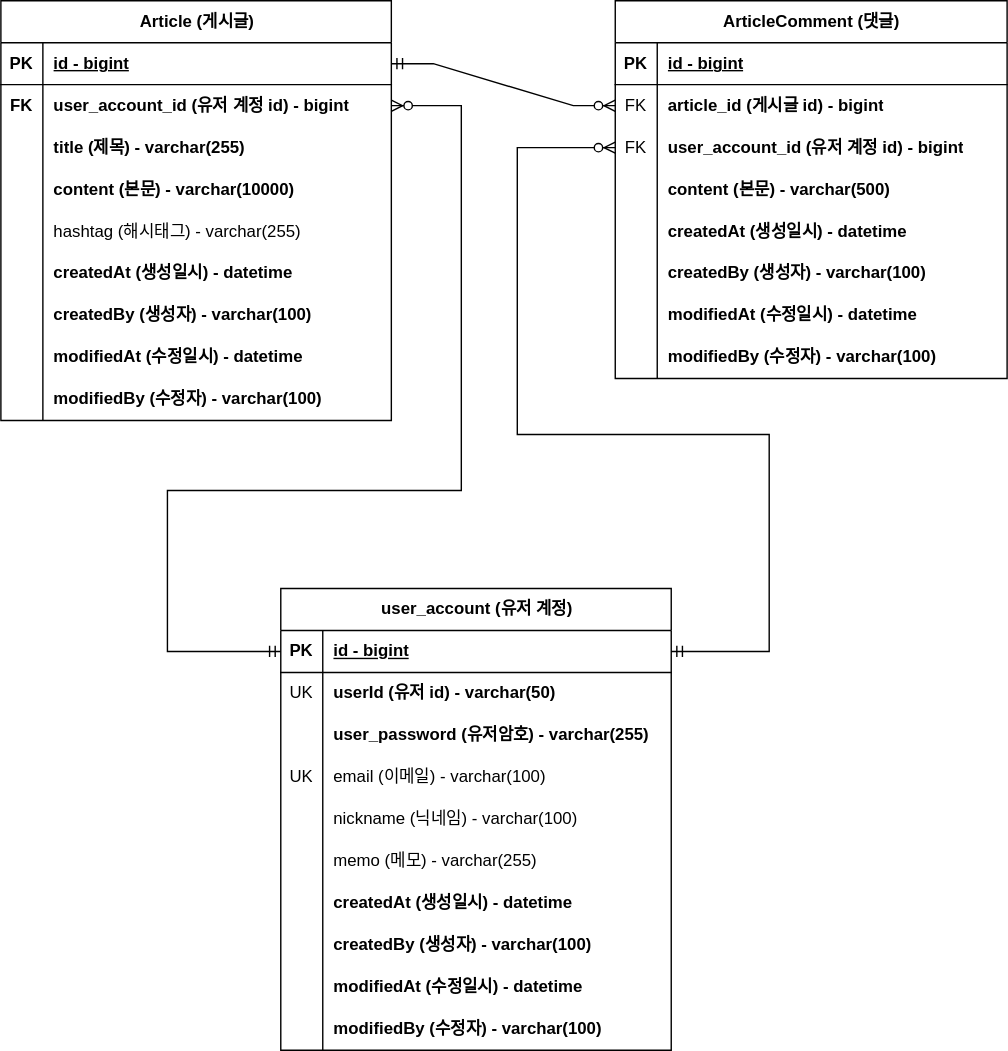
The draw.io diagram part2/document/project-board-erd.svg in kiekk/fastcampus-10-projects-backend-web, before a commit. Source tidied: cells renumbered, new cells last; positions are measured from the earlier drawing's top-left corner, leaving out a move shared by most shapes.
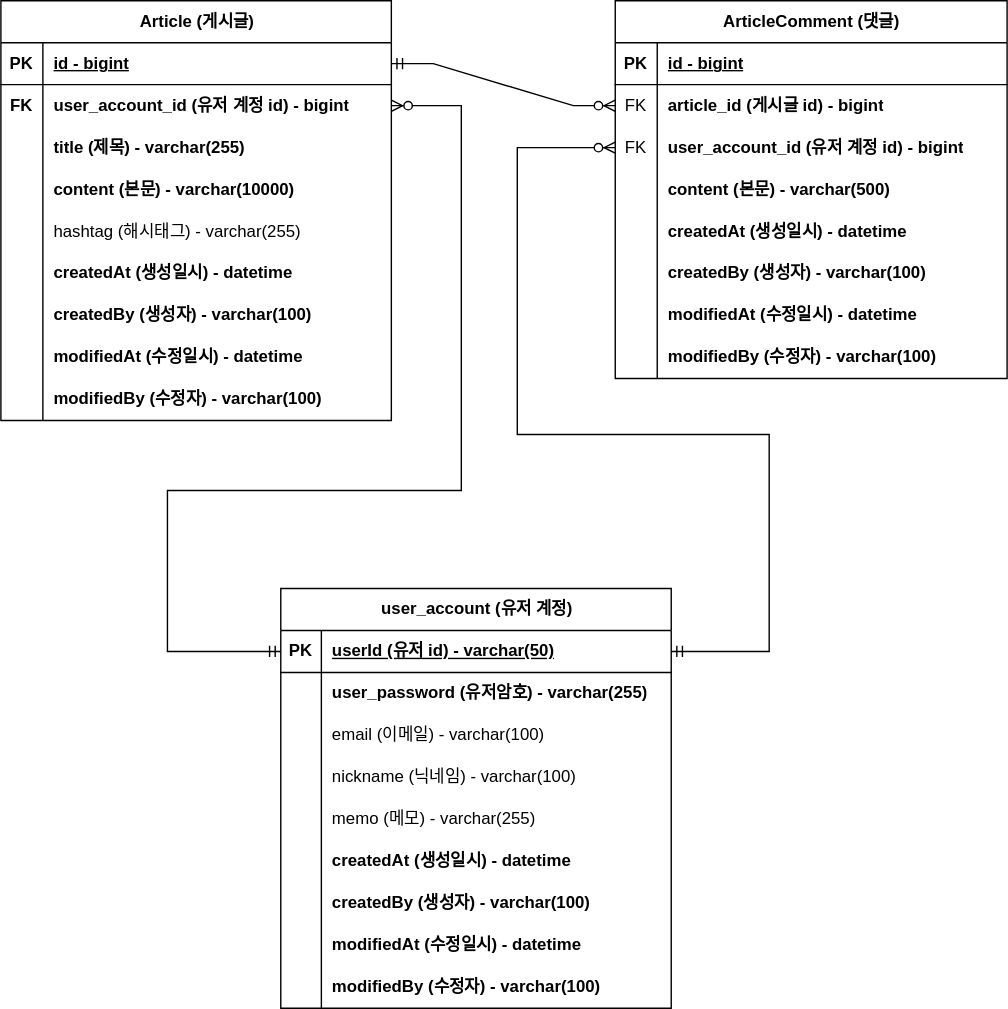
Above is the later version.

Commit message:
#42 - ERD 문서 수정: 회원 계정 user_id 를 PK 로 변경

Diff of the diagram source:
```diff
@@ -162,97 +162,88 @@
       <mxGeometry x="30" width="250" height="30" as="geometry" />
     </mxCell>
     <mxCell id="55" value="user_account (유저 계정)" style="shape=table;startSize=30;rowLines=0;fontStyle=1;align=center;html=1;" parent="1" vertex="1">
-      <mxGeometry x="200" y="420" width="279" height="330" as="geometry" />
+      <mxGeometry x="200" y="420" width="279" height="300" as="geometry" />
     </mxCell>
     <mxCell id="56" style="shape=tableRow;horizontal=0;startSize=0;swimlaneHead=0;swimlaneBody=0;fillColor=none;points=[[0,0.5],[1,0.5]];portConstraint=eastwest;top=0;left=0;right=0;bottom=1;" parent="55" vertex="1">
       <mxGeometry y="30" width="279" height="30" as="geometry" />
     </mxCell>
     <mxCell id="57" value="PK" style="shape=partialRectangle;fillColor=none;top=0;left=0;bottom=0;right=0;fontStyle=1;overflow=hidden;whiteSpace=wrap;html=1;" parent="56" vertex="1">
-      <mxGeometry width="30" height="30" as="geometry" />
+      <mxGeometry width="29" height="30" as="geometry" />
     </mxCell>
-    <mxCell id="58" value="id - bigint" style="shape=partialRectangle;fillColor=none;top=0;left=0;bottom=0;right=0;align=left;spacingLeft=6;fontStyle=5;overflow=hidden;whiteSpace=wrap;html=1;" parent="56" vertex="1">
-      <mxGeometry x="30" width="249" height="30" as="geometry" />
+    <mxCell id="58" value="userId (유저 id) - varchar(50)" style="shape=partialRectangle;fillColor=none;top=0;left=0;bottom=0;right=0;align=left;spacingLeft=6;fontStyle=5;overflow=hidden;whiteSpace=wrap;html=1;" parent="56" vertex="1">
+      <mxGeometry x="29" width="250" height="30" as="geometry" />
     </mxCell>
-    <mxCell id="59" style="shape=tableRow;horizontal=0;startSize=0;swimlaneHead=0;swimlaneBody=0;fillColor=none;top=0;left=0;right=0;bottom=0;" parent="55" vertex="1">
-      <mxGeometry y="60" width="279" height="30" as="geometry" />
-    </mxCell>
-    <mxCell id="60" value="UK" style="shape=partialRectangle;fillColor=none;top=0;left=0;bottom=0;right=0;overflow=hidden;whiteSpace=wrap;html=1;fontStyle=0;" parent="59" vertex="1">
-      <mxGeometry width="30" height="30" as="geometry" />
-    </mxCell>
-    <mxCell id="61" value="userId (유저 id) - varchar(50)" style="shape=partialRectangle;fillColor=none;top=0;left=0;bottom=0;right=0;align=left;spacingLeft=6;overflow=hidden;whiteSpace=wrap;html=1;fontStyle=1;" parent="59" vertex="1">
-      <mxGeometry x="30" width="249" height="30" as="geometry" />
-    </mxCell>
     <mxCell id="62" style="shape=tableRow;horizontal=0;startSize=0;swimlaneHead=0;swimlaneBody=0;fillColor=none;top=0;left=0;right=0;bottom=0;" parent="55" vertex="1">
-      <mxGeometry y="90" width="279" height="30" as="geometry" />
+      <mxGeometry y="60" width="279" height="30" as="geometry" />
     </mxCell>
     <mxCell id="63" style="shape=partialRectangle;fillColor=none;top=0;left=0;bottom=0;right=0;overflow=hidden;whiteSpace=wrap;html=1;" parent="62" vertex="1">
-      <mxGeometry width="30" height="30" as="geometry" />
+      <mxGeometry width="29" height="30" as="geometry" />
     </mxCell>
     <mxCell id="64" value="user_password (유저암호) - varchar(255)" style="shape=partialRectangle;fillColor=none;top=0;left=0;bottom=0;right=0;align=left;spacingLeft=6;overflow=hidden;whiteSpace=wrap;html=1;fontStyle=1;" parent="62" vertex="1">
-      <mxGeometry x="30" width="249" height="30" as="geometry" />
+      <mxGeometry x="29" width="250" height="30" as="geometry" />
     </mxCell>
     <mxCell id="65" style="shape=tableRow;horizontal=0;startSize=0;swimlaneHead=0;swimlaneBody=0;fillColor=none;top=0;left=0;right=0;bottom=0;" parent="55" vertex="1">
-      <mxGeometry y="120" width="279" height="30" as="geometry" />
+      <mxGeometry y="90" width="279" height="30" as="geometry" />
     </mxCell>
-    <mxCell id="66" value="UK" style="shape=partialRectangle;fillColor=none;top=0;left=0;bottom=0;right=0;overflow=hidden;whiteSpace=wrap;html=1;" parent="65" vertex="1">
-      <mxGeometry width="30" height="30" as="geometry" />
+    <mxCell id="66" style="shape=partialRectangle;fillColor=none;top=0;left=0;bottom=0;right=0;overflow=hidden;whiteSpace=wrap;html=1;" parent="65" vertex="1">
+      <mxGeometry width="29" height="30" as="geometry" />
     </mxCell>
     <mxCell id="67" value="email (이메일) - varchar(100)" style="shape=partialRectangle;fillColor=none;top=0;left=0;bottom=0;right=0;align=left;spacingLeft=6;overflow=hidden;whiteSpace=wrap;html=1;fontStyle=0;" parent="65" vertex="1">
-      <mxGeometry x="30" width="249" height="30" as="geometry" />
+      <mxGeometry x="29" width="250" height="30" as="geometry" />
     </mxCell>
     <mxCell id="68" style="shape=tableRow;horizontal=0;startSize=0;swimlaneHead=0;swimlaneBody=0;fillColor=none;top=0;left=0;right=0;bottom=0;" parent="55" vertex="1">
-      <mxGeometry y="150" width="279" height="30" as="geometry" />
+      <mxGeometry y="120" width="279" height="30" as="geometry" />
     </mxCell>
     <mxCell id="69" style="shape=partialRectangle;fillColor=none;top=0;left=0;bottom=0;right=0;overflow=hidden;whiteSpace=wrap;html=1;" parent="68" vertex="1">
-      <mxGeometry width="30" height="30" as="geometry" />
+      <mxGeometry width="29" height="30" as="geometry" />
     </mxCell>
     <mxCell id="70" value="nickname (닉네임) - varchar(100)" style="shape=partialRectangle;fillColor=none;top=0;left=0;bottom=0;right=0;align=left;spacingLeft=6;overflow=hidden;whiteSpace=wrap;html=1;" parent="68" vertex="1">
-      <mxGeometry x="30" width="249" height="30" as="geometry" />
+      <mxGeometry x="29" width="250" height="30" as="geometry" />
     </mxCell>
     <mxCell id="71" style="shape=tableRow;horizontal=0;startSize=0;swimlaneHead=0;swimlaneBody=0;fillColor=none;top=0;left=0;right=0;bottom=0;" parent="55" vertex="1">
-      <mxGeometry y="180" width="279" height="30" as="geometry" />
+      <mxGeometry y="150" width="279" height="30" as="geometry" />
     </mxCell>
     <mxCell id="72" style="shape=partialRectangle;fillColor=none;top=0;left=0;bottom=0;right=0;overflow=hidden;whiteSpace=wrap;html=1;" parent="71" vertex="1">
-      <mxGeometry width="30" height="30" as="geometry" />
+      <mxGeometry width="29" height="30" as="geometry" />
     </mxCell>
     <mxCell id="73" value="memo (메모) - varchar(255)" style="shape=partialRectangle;fillColor=none;top=0;left=0;bottom=0;right=0;align=left;spacingLeft=6;overflow=hidden;whiteSpace=wrap;html=1;" parent="71" vertex="1">
-      <mxGeometry x="30" width="249" height="30" as="geometry" />
+      <mxGeometry x="29" width="250" height="30" as="geometry" />
     </mxCell>
     <mxCell id="74" style="shape=tableRow;horizontal=0;startSize=0;swimlaneHead=0;swimlaneBody=0;fillColor=none;top=0;left=0;right=0;bottom=0;" parent="55" vertex="1">
-      <mxGeometry y="210" width="279" height="30" as="geometry" />
+      <mxGeometry y="180" width="279" height="30" as="geometry" />
     </mxCell>
     <mxCell id="75" style="shape=partialRectangle;fillColor=none;top=0;left=0;bottom=0;right=0;overflow=hidden;whiteSpace=wrap;html=1;" parent="74" vertex="1">
-      <mxGeometry width="30" height="30" as="geometry" />
+      <mxGeometry width="29" height="30" as="geometry" />
     </mxCell>
     <mxCell id="76" value="createdAt (생성일시) - datetime" style="shape=partialRectangle;fillColor=none;top=0;left=0;bottom=0;right=0;align=left;spacingLeft=6;overflow=hidden;whiteSpace=wrap;html=1;fontStyle=1;" parent="74" vertex="1">
-      <mxGeometry x="30" width="249" height="30" as="geometry" />
+      <mxGeometry x="29" width="250" height="30" as="geometry" />
     </mxCell>
     <mxCell id="77" style="shape=tableRow;horizontal=0;startSize=0;swimlaneHead=0;swimlaneBody=0;fillColor=none;top=0;left=0;right=0;bottom=0;" parent="55" vertex="1">
-      <mxGeometry y="240" width="279" height="30" as="geometry" />
+      <mxGeometry y="210" width="279" height="30" as="geometry" />
     </mxCell>
     <mxCell id="78" style="shape=partialRectangle;fillColor=none;top=0;left=0;bottom=0;right=0;overflow=hidden;whiteSpace=wrap;html=1;" parent="77" vertex="1">
-      <mxGeometry width="30" height="30" as="geometry" />
+      <mxGeometry width="29" height="30" as="geometry" />
     </mxCell>
     <mxCell id="79" value="createdBy (생성자) - varchar(100)" style="shape=partialRectangle;fillColor=none;top=0;left=0;bottom=0;right=0;align=left;spacingLeft=6;overflow=hidden;whiteSpace=wrap;html=1;fontStyle=1;" parent="77" vertex="1">
-      <mxGeometry x="30" width="249" height="30" as="geometry" />
+      <mxGeometry x="29" width="250" height="30" as="geometry" />
     </mxCell>
     <mxCell id="80" style="shape=tableRow;horizontal=0;startSize=0;swimlaneHead=0;swimlaneBody=0;fillColor=none;top=0;left=0;right=0;bottom=0;" parent="55" vertex="1">
-      <mxGeometry y="270" width="279" height="30" as="geometry" />
+      <mxGeometry y="240" width="279" height="30" as="geometry" />
     </mxCell>
     <mxCell id="81" style="shape=partialRectangle;fillColor=none;top=0;left=0;bottom=0;right=0;overflow=hidden;whiteSpace=wrap;html=1;" parent="80" vertex="1">
-      <mxGeometry width="30" height="30" as="geometry" />
+      <mxGeometry width="29" height="30" as="geometry" />
     </mxCell>
     <mxCell id="82" value="modifiedAt (수정일시) - datetime" style="shape=partialRectangle;fillColor=none;top=0;left=0;bottom=0;right=0;align=left;spacingLeft=6;overflow=hidden;whiteSpace=wrap;html=1;fontStyle=1;" parent="80" vertex="1">
-      <mxGeometry x="30" width="249" height="30" as="geometry" />
+      <mxGeometry x="29" width="250" height="30" as="geometry" />
     </mxCell>
     <mxCell id="83" style="shape=tableRow;horizontal=0;startSize=0;swimlaneHead=0;swimlaneBody=0;fillColor=none;top=0;left=0;right=0;bottom=0;" parent="55" vertex="1">
-      <mxGeometry y="300" width="279" height="30" as="geometry" />
+      <mxGeometry y="270" width="279" height="30" as="geometry" />
     </mxCell>
     <mxCell id="84" style="shape=partialRectangle;fillColor=none;top=0;left=0;bottom=0;right=0;overflow=hidden;whiteSpace=wrap;html=1;" parent="83" vertex="1">
-      <mxGeometry width="30" height="30" as="geometry" />
+      <mxGeometry width="29" height="30" as="geometry" />
     </mxCell>
     <mxCell id="85" value="modifiedBy (수정자) - varchar(100)" style="shape=partialRectangle;fillColor=none;top=0;left=0;bottom=0;right=0;align=left;spacingLeft=6;overflow=hidden;whiteSpace=wrap;html=1;fontStyle=1;" parent="83" vertex="1">
-      <mxGeometry x="30" width="249" height="30" as="geometry" />
+      <mxGeometry x="29" width="250" height="30" as="geometry" />
     </mxCell>
     <mxCell id="86" style="edgeStyle=orthogonalEdgeStyle;fontSize=12;html=1;endArrow=ERzeroToMany;startArrow=ERmandOne;rounded=0;entryX=0;entryY=0.5;entryDx=0;entryDy=0;exitX=1;exitY=0.5;exitDx=0;exitDy=0;" parent="1" edge="1" source="56" target="37">
       <mxGeometry relative="1" as="geometry">
```
